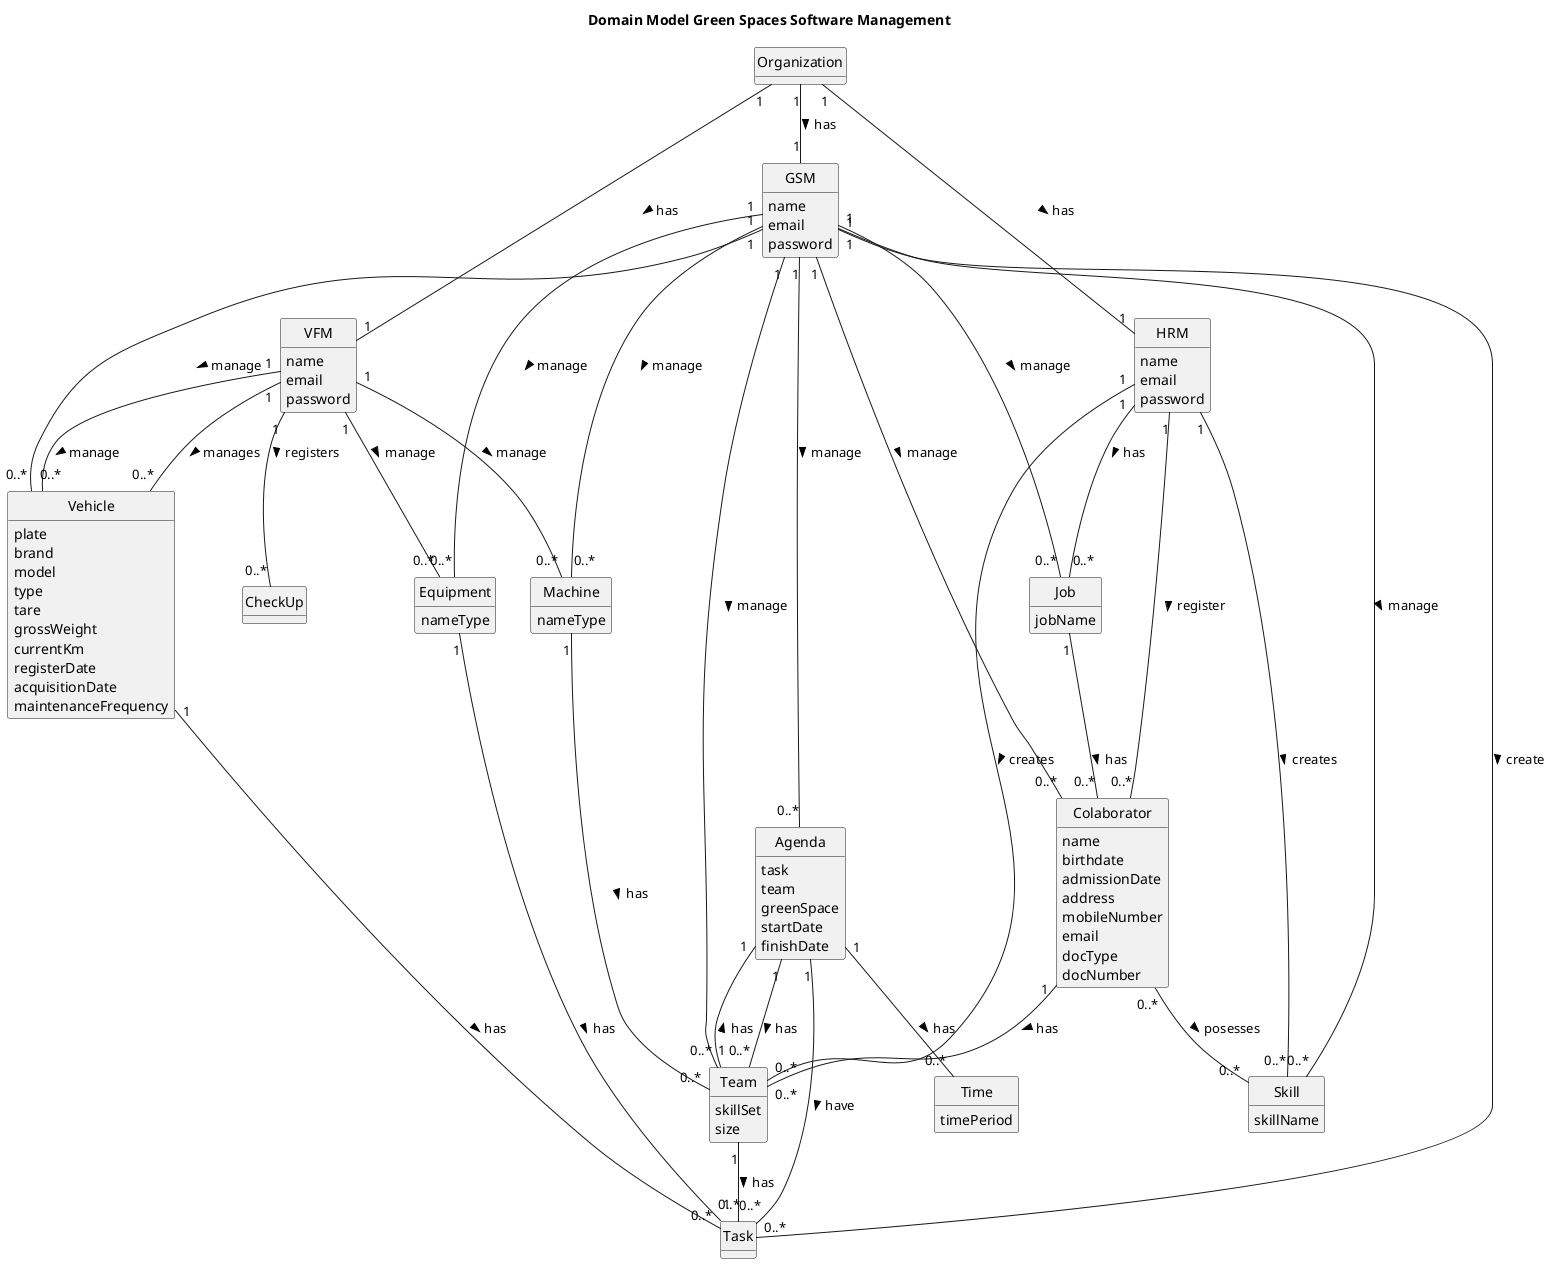
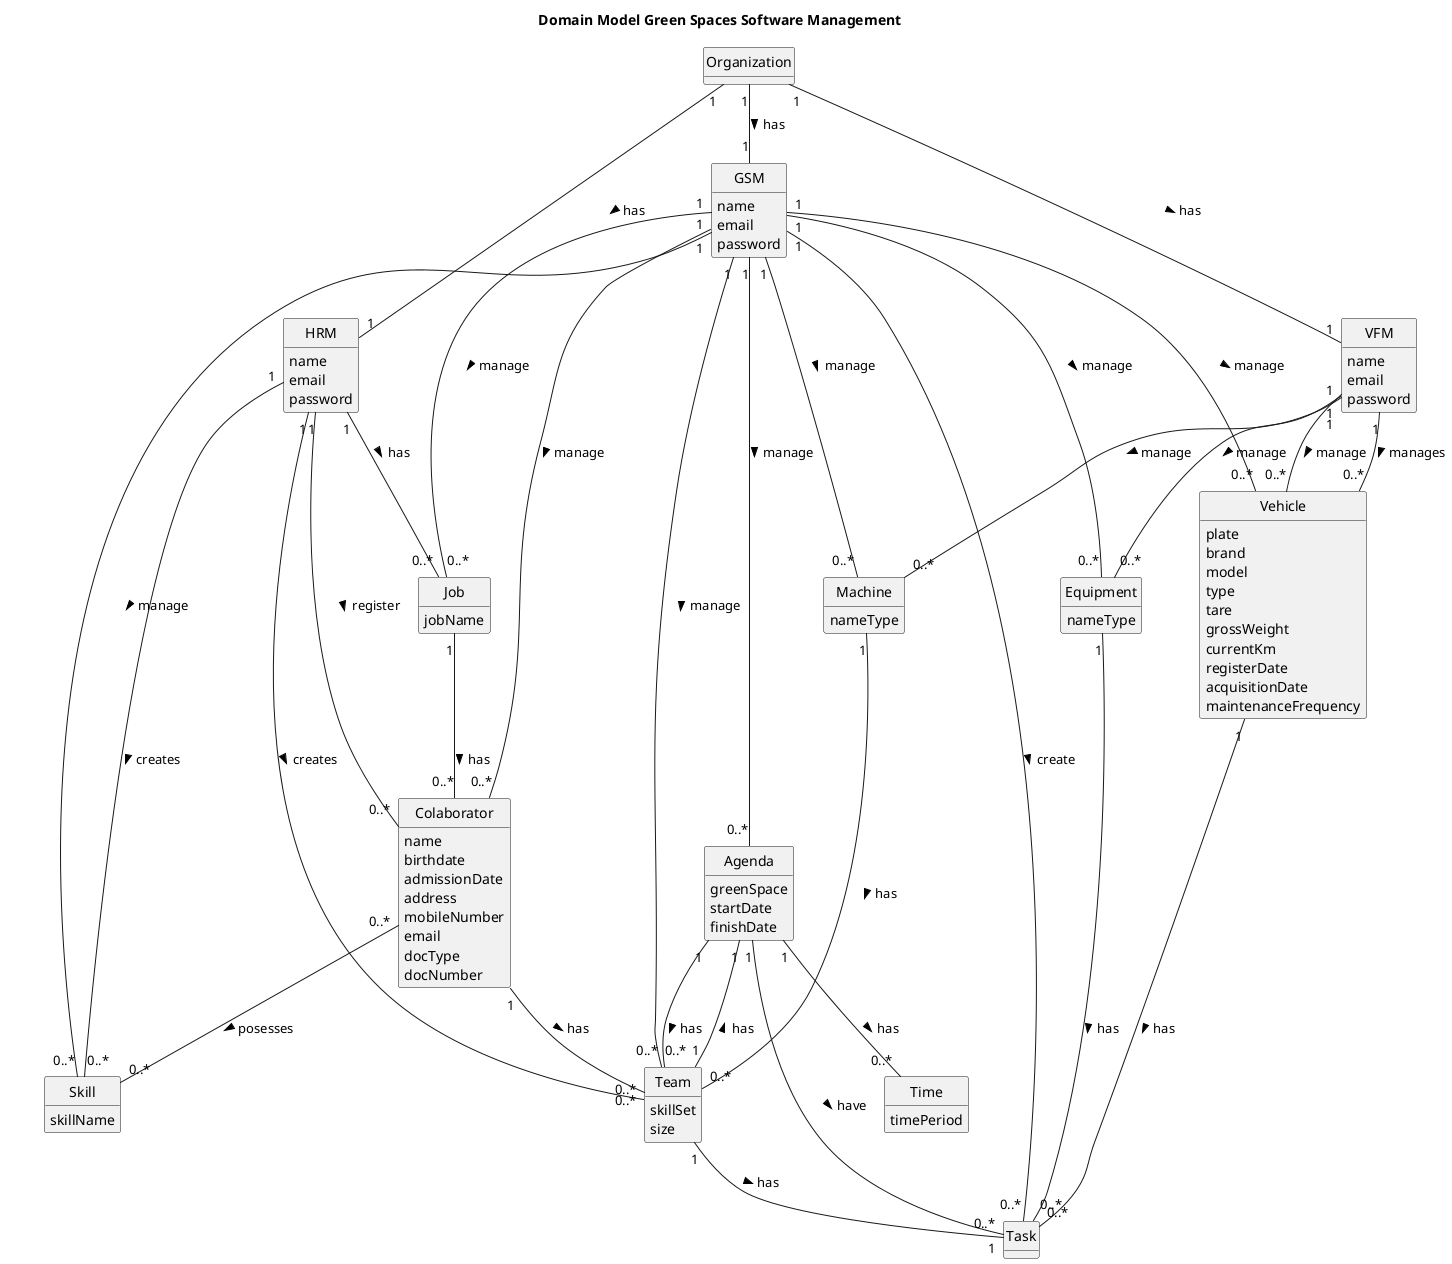
@startuml
skinparam monochrome true
skinparam packageStyle rectangle
skinparam shadowing false
'skinparam linetype ortho
'left to right direction
skinparam classAttributeIconSize 0
hide circle
hide methods
title Domain Model Green Spaces Software Management

'class Platform {
'  -description
'}

class Organization {
}

class Task {
}


class HRM{
    name
    email
    password
}

class Skill{
    skillName
}

class VFM{
    name
    email
    password
}

class GSM{
    name
    email
    password
}

class Vehicle{
    plate
    brand
    model
    type
    tare
    grossWeight
    currentKm
    registerDate
    acquisitionDate
    maintenanceFrequency
}

class Agenda{
-     task
-     team
    greenSpace
    startDate
    finishDate
}

class Equipment{
    nameType
}

class Job{
    jobName
}

class Machine{
    nameType
}

class Team{
    skillSet
    size
}


class Colaborator {
    name
    birthdate
    admissionDate
    address
    mobileNumber
    email
    docType
    docNumber
}

class Time{
    timePeriod
}


Organization "1" -- "1" HRM : has >
Organization "1" -- "1" VFM : has >
Organization "1" -- "1" GSM : has >

HRM "1" -- "0..*" Colaborator : register >
HRM "1" -- "0..*" Job : has >
HRM "1" -- "0..*" Team : creates >
HRM "1" -- "0..*" Skill : creates >

VFM "1" -- "0..*" Vehicle : manage >
VFM "1" -- "0..*" Equipment : manage >
VFM "1" -- "0..*" Machine : manage >
VFM "1" -- "0..*" Vehicle : manages >
- VFM "1" -- "0..*" CheckUp : registers >

GSM "1" --- "0..*" Colaborator : manage >
GSM "1" --- "0..*" Vehicle : manage >
GSM "1" --- "0..*" Team : manage >
GSM "1" --- "0..*" Task : create >
GSM "1" --- "0..*" Equipment : manage >
GSM "1" --- "0..*" Job : manage >
GSM "1" --- "0..*" Machine : manage >
GSM "1" - "0..*" Agenda : manage >
GSM "1" --- "0..*" Skill : manage >

Vehicle "1" -- "0..*" Task : has >

Equipment "1" -- "0..*" Task : has >

Colaborator "0..*" -- "0..*" Skill : posesses >
Colaborator "1" -- "0..*" Team : has >

Job "1" -- "0..*" Colaborator : has >

Team "1" -- "1" Task : has >
Team "1" -- "1" Agenda : has >

Machine "1" -- "0..*" Team : has >


Agenda "1" -- "0..*" Team : has >
Agenda "1" -- "0..*" Task : have >
Agenda "1" -- "0..*" Time : has >



@enduml